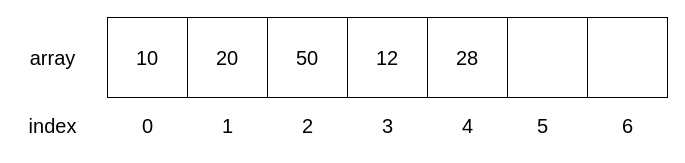
This is public/data-structrue/array/array.drawio from zhongyuan202020/coder-notes-image, a draw.io file, before an edit. Source tidied: cells renumbered, new cells numbered last; positions are measured from the earlier drawing's top-left corner, leaving out a move shared by most shapes. Both pictures are drawn from the tidied source at 100%, with x=0, y=0 at pixel (17, 17).
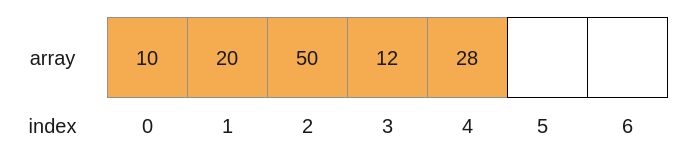
Above is the later version.

Change to the diagram source:
```diff
@@
 <mxGraphModel>
   <root>
     <mxCell id="0" />
     <mxCell id="1" parent="0" />
-    <mxCell id="2" value="10" style="whiteSpace=wrap;html=1;fontSize=20;" parent="1" vertex="1">
+    <mxCell id="2" value="10" style="whiteSpace=wrap;html=1;fontSize=20;labelBackgroundColor=none;fillColor=#F5AB50;strokeColor=#909090;fontColor=#1A1A1A;" parent="1" vertex="1">
       <mxGeometry x="90" width="80" height="80" as="geometry" />
     </mxCell>
-    <mxCell id="3" value="20" style="whiteSpace=wrap;html=1;fontSize=20;" parent="1" vertex="1">
+    <mxCell id="3" value="20" style="whiteSpace=wrap;html=1;fontSize=20;labelBackgroundColor=none;fillColor=#F5AB50;strokeColor=#909090;fontColor=#1A1A1A;" parent="1" vertex="1">
       <mxGeometry x="170" width="80" height="80" as="geometry" />
     </mxCell>
-    <mxCell id="4" value="50" style="whiteSpace=wrap;html=1;fontSize=20;" parent="1" vertex="1">
+    <mxCell id="4" value="50" style="whiteSpace=wrap;html=1;fontSize=20;labelBackgroundColor=none;fillColor=#F5AB50;strokeColor=#909090;fontColor=#1A1A1A;" parent="1" vertex="1">
       <mxGeometry x="250" width="80" height="80" as="geometry" />
     </mxCell>
-    <mxCell id="5" value="12" style="whiteSpace=wrap;html=1;fontSize=20;" parent="1" vertex="1">
+    <mxCell id="5" value="12" style="whiteSpace=wrap;html=1;fontSize=20;labelBackgroundColor=none;fillColor=#F5AB50;strokeColor=#909090;fontColor=#1A1A1A;" parent="1" vertex="1">
       <mxGeometry x="330" width="80" height="80" as="geometry" />
     </mxCell>
-    <mxCell id="6" value="28" style="whiteSpace=wrap;html=1;fontSize=20;" parent="1" vertex="1">
+    <mxCell id="6" value="28" style="whiteSpace=wrap;html=1;fontSize=20;labelBackgroundColor=none;fillColor=#F5AB50;strokeColor=#909090;fontColor=#1A1A1A;" parent="1" vertex="1">
       <mxGeometry x="410" width="80" height="80" as="geometry" />
     </mxCell>
-    <mxCell id="7" style="whiteSpace=wrap;html=1;fontSize=20;" parent="1" vertex="1">
+    <mxCell id="7" style="whiteSpace=wrap;html=1;fontSize=20;labelBackgroundColor=none;" parent="1" vertex="1">
       <mxGeometry x="490" width="80" height="80" as="geometry" />
     </mxCell>
-    <mxCell id="8" style="whiteSpace=wrap;html=1;fontSize=20;" parent="1" vertex="1">
+    <mxCell id="8" style="whiteSpace=wrap;html=1;fontSize=20;labelBackgroundColor=none;" parent="1" vertex="1">
       <mxGeometry x="570" width="80" height="80" as="geometry" />
     </mxCell>
-    <mxCell id="9" value="0" style="text;html=1;align=center;verticalAlign=middle;strokeColor=none;fillColor=none;fontSize=20;" parent="1" vertex="1">
+    <mxCell id="9" value="0" style="text;html=1;align=center;verticalAlign=middle;strokeColor=none;fillColor=none;fontSize=20;labelBackgroundColor=none;fontColor=#1A1A1A;" parent="1" vertex="1">
       <mxGeometry x="115" y="88" width="30" height="40" as="geometry" />
     </mxCell>
-    <mxCell id="10" value="array" style="text;html=1;align=center;verticalAlign=middle;strokeColor=none;fillColor=none;fontSize=20;" parent="1" vertex="1">
+    <mxCell id="10" value="array" style="text;html=1;align=center;verticalAlign=middle;strokeColor=none;fillColor=none;fontSize=20;labelBackgroundColor=none;fontColor=#1A1A1A;" parent="1" vertex="1">
       <mxGeometry y="20" width="70" height="40" as="geometry" />
     </mxCell>
-    <mxCell id="11" value="index" style="text;html=1;align=center;verticalAlign=middle;strokeColor=none;fillColor=none;fontSize=20;" parent="1" vertex="1">
+    <mxCell id="11" value="index" style="text;html=1;align=center;verticalAlign=middle;strokeColor=none;fillColor=none;fontSize=20;labelBackgroundColor=none;fontColor=#1A1A1A;" parent="1" vertex="1">
       <mxGeometry y="88" width="70" height="40" as="geometry" />
     </mxCell>
-    <mxCell id="12" value="1" style="text;html=1;align=center;verticalAlign=middle;strokeColor=none;fillColor=none;fontSize=20;" parent="1" vertex="1">
+    <mxCell id="12" value="1" style="text;html=1;align=center;verticalAlign=middle;strokeColor=none;fillColor=none;fontSize=20;labelBackgroundColor=none;fontColor=#1A1A1A;" parent="1" vertex="1">
       <mxGeometry x="195" y="88" width="30" height="40" as="geometry" />
     </mxCell>
-    <mxCell id="13" value="2" style="text;html=1;align=center;verticalAlign=middle;strokeColor=none;fillColor=none;fontSize=20;" parent="1" vertex="1">
+    <mxCell id="13" value="2" style="text;html=1;align=center;verticalAlign=middle;strokeColor=none;fillColor=none;fontSize=20;labelBackgroundColor=none;fontColor=#1A1A1A;" parent="1" vertex="1">
       <mxGeometry x="275" y="88" width="30" height="40" as="geometry" />
     </mxCell>
-    <mxCell id="14" value="3" style="text;html=1;align=center;verticalAlign=middle;strokeColor=none;fillColor=none;fontSize=20;" parent="1" vertex="1">
+    <mxCell id="14" value="3" style="text;html=1;align=center;verticalAlign=middle;strokeColor=none;fillColor=none;fontSize=20;labelBackgroundColor=none;fontColor=#1A1A1A;" parent="1" vertex="1">
       <mxGeometry x="355" y="88" width="30" height="40" as="geometry" />
     </mxCell>
-    <mxCell id="15" value="4" style="text;html=1;align=center;verticalAlign=middle;strokeColor=none;fillColor=none;fontSize=20;" parent="1" vertex="1">
+    <mxCell id="15" value="4" style="text;html=1;align=center;verticalAlign=middle;strokeColor=none;fillColor=none;fontSize=20;labelBackgroundColor=none;fontColor=#1A1A1A;" parent="1" vertex="1">
       <mxGeometry x="435" y="88" width="30" height="40" as="geometry" />
     </mxCell>
-    <mxCell id="16" value="5" style="text;html=1;align=center;verticalAlign=middle;strokeColor=none;fillColor=none;fontSize=20;" parent="1" vertex="1">
+    <mxCell id="16" value="5" style="text;html=1;align=center;verticalAlign=middle;strokeColor=none;fillColor=none;fontSize=20;labelBackgroundColor=none;fontColor=#1A1A1A;" parent="1" vertex="1">
       <mxGeometry x="510" y="88" width="30" height="40" as="geometry" />
     </mxCell>
-    <mxCell id="17" value="6" style="text;html=1;align=center;verticalAlign=middle;strokeColor=none;fillColor=none;fontSize=20;" parent="1" vertex="1">
+    <mxCell id="17" value="6" style="text;html=1;align=center;verticalAlign=middle;strokeColor=none;fillColor=none;fontSize=20;labelBackgroundColor=none;fontColor=#1A1A1A;" parent="1" vertex="1">
       <mxGeometry x="595" y="88" width="30" height="40" as="geometry" />
     </mxCell>
   </root>
 </mxGraphModel>
```
